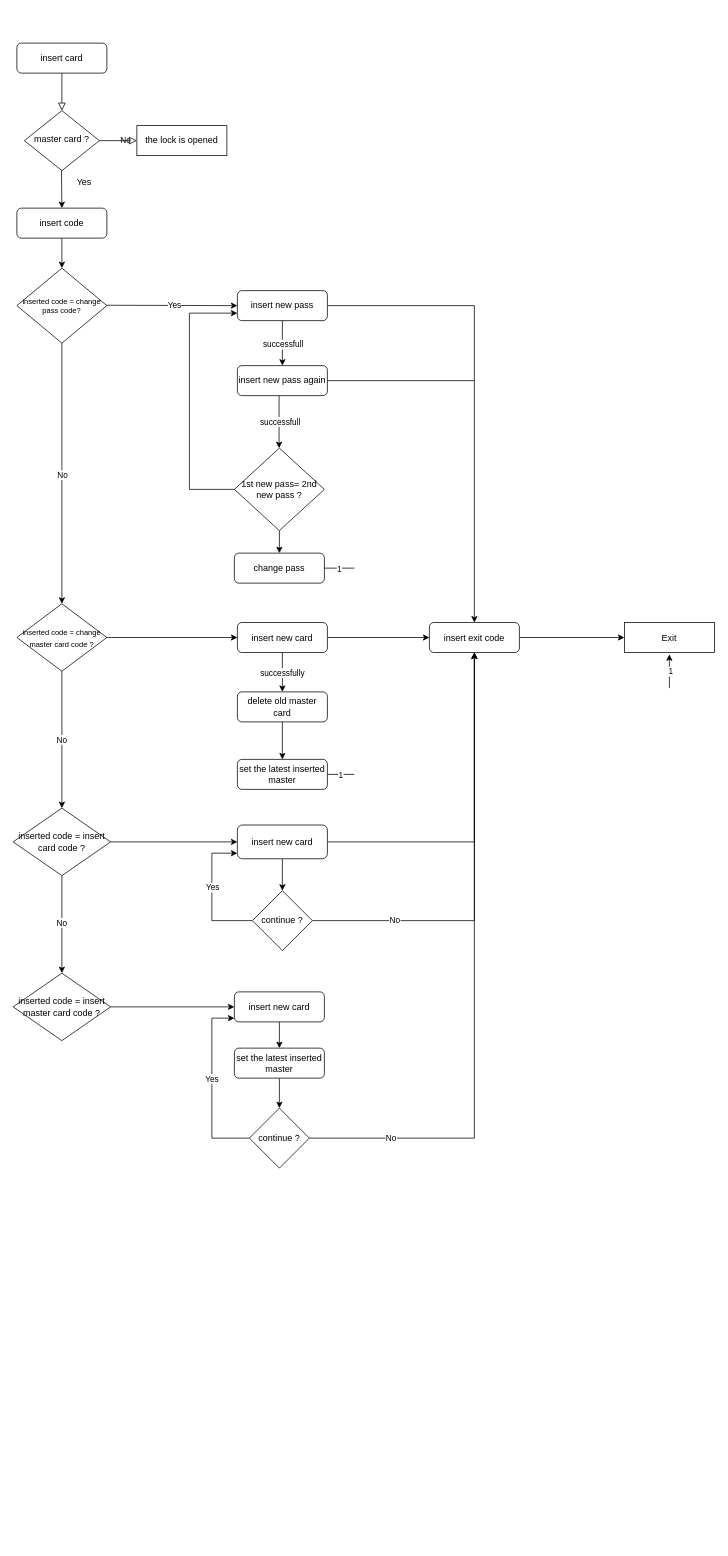
trikhonghu/DoorLock keeps this draw.io diagram as Untitled Diagram.drawio. Above is the earlier version. Source tidied: cells renumbered, new cells numbered last; positions are measured from the earlier drawing's top-left corner, leaving out a move shared by most shapes. Both pictures are drawn from the tidied source at 75%, with x=0, y=0 at pixel (13, 43).
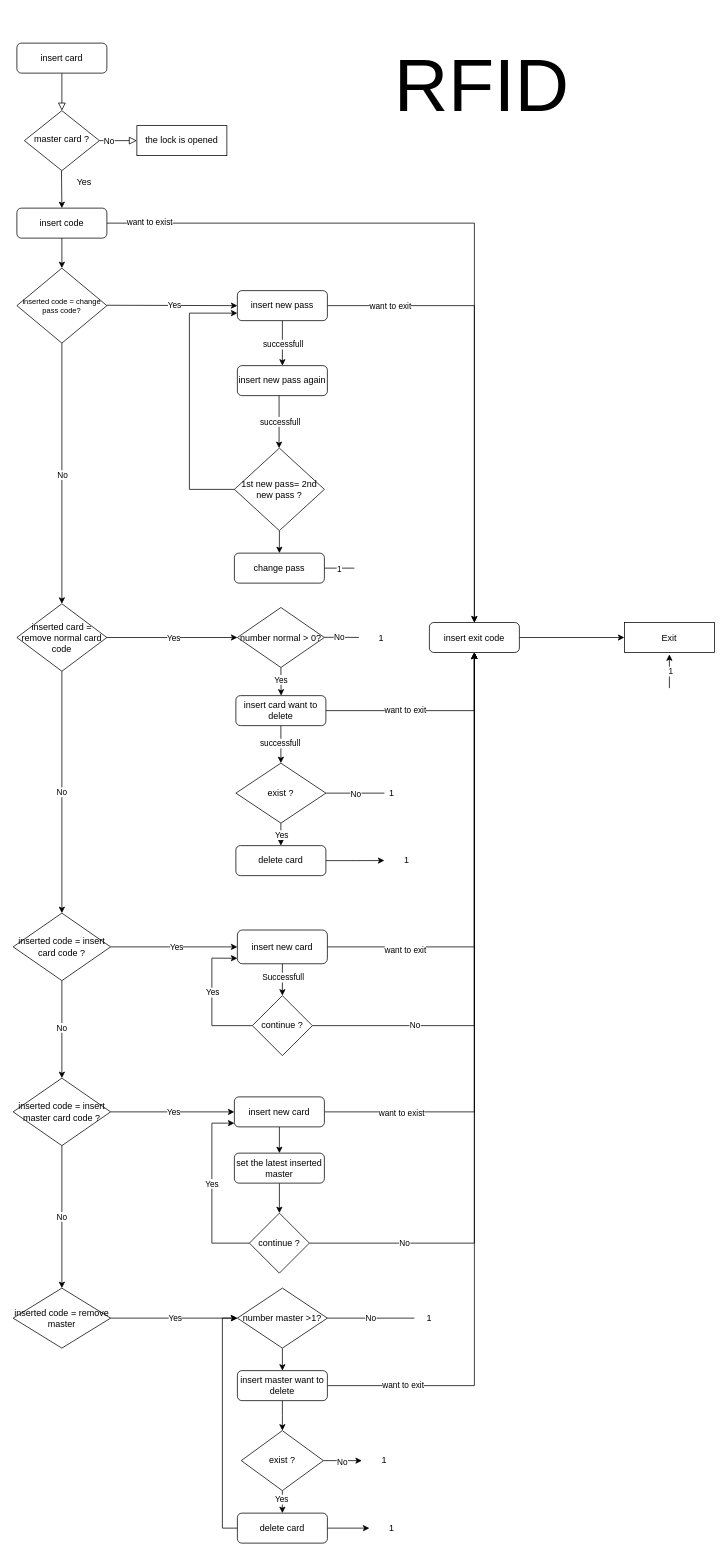
The same page after the edit.

Unchanged cells that the change refers to:
```xml
<mxCell id="5" value="master card ?" style="rhombus;whiteSpace=wrap;html=1;shadow=0;fontFamily=Helvetica;fontSize=12;align=center;strokeWidth=1;spacing=6;spacingTop=-4;" parent="1" vertex="1">
  <mxGeometry x="15" y="90" width="100" height="80" as="geometry" />
</mxCell>
<mxCell id="8" value="insert code" style="rounded=1;whiteSpace=wrap;html=1;" parent="1" vertex="1">
  <mxGeometry x="5" y="220" width="120" height="40" as="geometry" />
</mxCell>
<mxCell id="17" style="edgeStyle=orthogonalEdgeStyle;rounded=0;jettySize=auto;html=1;exitX=1;exitY=0.5;exitDx=0;exitDy=0;entryX=0.5;entryY=0;entryDx=0;entryDy=0;" parent="1" edge="1" source="18" target="54">
  <mxGeometry relative="1" as="geometry" />
</mxCell>
<mxCell id="38" style="edgeStyle=orthogonalEdgeStyle;rounded=0;jettySize=auto;html=1;exitX=1;exitY=0.5;exitDx=0;exitDy=0;entryX=0;entryY=0.5;entryDx=0;entryDy=0;" parent="1" edge="1" source="41" target="44">
  <mxGeometry relative="1" as="geometry" />
</mxCell>
<mxCell id="42" style="edgeStyle=orthogonalEdgeStyle;rounded=0;jettySize=auto;html=1;exitX=0.5;exitY=1;exitDx=0;exitDy=0;entryX=0.5;entryY=0;entryDx=0;entryDy=0;" parent="1" edge="1" source="44" target="47">
  <mxGeometry relative="1" as="geometry" />
</mxCell>
<mxCell id="43" style="edgeStyle=orthogonalEdgeStyle;rounded=0;jettySize=auto;html=1;exitX=1;exitY=0.5;exitDx=0;exitDy=0;entryX=0.5;entryY=1;entryDx=0;entryDy=0;" parent="1" edge="1" source="44" target="54">
  <mxGeometry relative="1" as="geometry" />
</mxCell>
<mxCell id="54" value="insert exit code" style="rounded=1;whiteSpace=wrap;html=1;" parent="1" vertex="1">
  <mxGeometry x="555" y="772.5" width="120" height="40" as="geometry" />
</mxCell>
<mxCell id="57" style="edgeStyle=orthogonalEdgeStyle;rounded=0;jettySize=auto;html=1;exitX=1;exitY=0.5;exitDx=0;exitDy=0;entryX=0;entryY=0.5;entryDx=0;entryDy=0;" parent="1" edge="1" source="58" target="60">
  <mxGeometry relative="1" as="geometry" />
</mxCell>
```

Change to the diagram source:
```diff
@@
-    <mxCell id="4" value="No" style="edgeStyle=orthogonalEdgeStyle;rounded=0;html=1;jettySize=auto;fontSize=11;endArrow=block;endFill=0;endSize=8;strokeWidth=1;shadow=0;labelBackgroundColor=none;" parent="1" edge="1" source="5">
+    <mxCell id="4" style="edgeStyle=orthogonalEdgeStyle;rounded=0;html=1;jettySize=auto;fontSize=11;endArrow=block;endFill=0;endSize=8;strokeWidth=1;shadow=0;labelBackgroundColor=none;" parent="1" edge="1" source="5">
       <mxGeometry y="10" relative="1" as="geometry">
         <mxPoint x="165" y="130" as="targetPoint" />
       </mxGeometry>
     </mxCell>
+    <mxCell id="77" value="No" style="edgeLabel;html=1;align=center;verticalAlign=middle;" parent="4" vertex="1">
+      <mxGeometry x="-0.51" relative="1" as="geometry" />
+    </mxCell>
@@
+    <mxCell id="78" style="edgeStyle=orthogonalEdgeStyle;rounded=0;jettySize=auto;html=1;exitX=1;exitY=0.5;exitDx=0;exitDy=0;entryX=0.5;entryY=0;entryDx=0;entryDy=0;" parent="1" edge="1" source="8" target="54">
+      <mxGeometry relative="1" as="geometry" />
+    </mxCell>
+    <mxCell id="79" value="want to exist" style="edgeLabel;html=1;align=center;verticalAlign=middle;" parent="78" vertex="1">
+      <mxGeometry x="-0.89" y="2" relative="1" as="geometry" />
+    </mxCell>
@@
+    <mxCell id="80" value="want to exit" style="edgeLabel;html=1;align=center;verticalAlign=middle;" parent="17" vertex="1">
+      <mxGeometry x="-0.73" relative="1" as="geometry" />
+    </mxCell>
@@
-    <mxCell id="24" value="&lt;font style=&quot;font-size: 10px;&quot;&gt;inserted code = change master card code ?&lt;br&gt;&lt;/font&gt;" style="rhombus;whiteSpace=wrap;html=1;" parent="1" vertex="1">
+    <mxCell id="24" value="inserted card = remove normal card code" style="rhombus;whiteSpace=wrap;html=1;" parent="1" vertex="1">
       <mxGeometry x="5" y="747.5" width="120" height="90" as="geometry" />
     </mxCell>
@@
-    <mxCell id="30" style="endArrow=classic;html=1;rounded=0;exitX=1;exitY=0.5;exitDx=0;exitDy=0;" parent="1" edge="1" source="24" target="34">
-      <mxGeometry relative="1" as="geometry" />
+    <mxCell id="30" style="endArrow=classic;html=1;rounded=0;exitX=1;exitY=0.5;exitDx=0;exitDy=0;" parent="1" edge="1" source="24">
+      <mxGeometry relative="1" as="geometry">
+        <mxPoint x="299" y="792.5" as="targetPoint" />
+      </mxGeometry>
     </mxCell>
-    <mxCell id="31" style="edgeStyle=orthogonalEdgeStyle;rounded=0;jettySize=auto;html=1;exitX=0.5;exitY=1;exitDx=0;exitDy=0;entryX=0.5;entryY=0;entryDx=0;entryDy=0;" parent="1" edge="1" source="34" target="36">
-      <mxGeometry relative="1" as="geometry" />
-    </mxCell>
-    <mxCell id="32" value="successfully" style="edgeLabel;html=1;align=center;verticalAlign=middle;" parent="31" vertex="1">
-      <mxGeometry x="0.01" y="-1" relative="1" as="geometry" />
-    </mxCell>
-    <mxCell id="33" style="edgeStyle=orthogonalEdgeStyle;rounded=0;jettySize=auto;html=1;exitX=1;exitY=0.5;exitDx=0;exitDy=0;entryX=0;entryY=0.5;entryDx=0;entryDy=0;" parent="1" edge="1" source="34" target="54">
-      <mxGeometry relative="1" as="geometry" />
-    </mxCell>
-    <mxCell id="34" value="insert new card" style="rounded=1;whiteSpace=wrap;html=1;" parent="1" vertex="1">
-      <mxGeometry x="299" y="772.5" width="120" height="40" as="geometry" />
-    </mxCell>
-    <mxCell id="35" style="edgeStyle=orthogonalEdgeStyle;rounded=0;jettySize=auto;html=1;exitX=0.5;exitY=1;exitDx=0;exitDy=0;entryX=0.5;entryY=0;entryDx=0;entryDy=0;" parent="1" edge="1" source="36" target="37">
-      <mxGeometry relative="1" as="geometry" />
-    </mxCell>
-    <mxCell id="36" value="delete old master card" style="rounded=1;whiteSpace=wrap;html=1;" parent="1" vertex="1">
-      <mxGeometry x="299" y="865" width="120" height="40" as="geometry" />
-    </mxCell>
-    <mxCell id="37" value="set the latest inserted master" style="rounded=1;whiteSpace=wrap;html=1;" parent="1" vertex="1">
-      <mxGeometry x="299" y="955" width="120" height="40" as="geometry" />
-    </mxCell>
+    <mxCell id="81" value="Yes" style="edgeLabel;html=1;align=center;verticalAlign=middle;" parent="30" vertex="1">
+      <mxGeometry x="0.01" y="-1" relative="1" as="geometry">
+        <mxPoint y="-1" as="offset" />
+      </mxGeometry>
+    </mxCell>
@@
+    <mxCell id="82" value="Yes" style="edgeLabel;html=1;align=center;verticalAlign=middle;" parent="38" vertex="1">
+      <mxGeometry x="0.03" y="1" relative="1" as="geometry" />
+    </mxCell>
@@
     <mxCell id="41" value="inserted code = insert card code ?" style="rhombus;whiteSpace=wrap;html=1;" parent="1" vertex="1">
-      <mxGeometry y="1020" width="130" height="90" as="geometry" />
+      <mxGeometry y="1160" width="130" height="90" as="geometry" />
     </mxCell>
@@
+    <mxCell id="83" value="Successfull" style="edgeLabel;html=1;align=center;verticalAlign=middle;" parent="42" vertex="1">
+      <mxGeometry x="-0.16" relative="1" as="geometry" />
+    </mxCell>
@@
+    <mxCell id="84" value="want to exit" style="edgeLabel;html=1;align=center;verticalAlign=middle;" parent="43" vertex="1">
+      <mxGeometry x="-0.65" y="-3" relative="1" as="geometry" />
+    </mxCell>
     <mxCell id="44" value="insert new card" style="rounded=1;whiteSpace=wrap;html=1;" parent="1" vertex="1">
-      <mxGeometry x="299" y="1042.5" width="120" height="45" as="geometry" />
+      <mxGeometry x="299" y="1182.5" width="120" height="45" as="geometry" />
     </mxCell>
@@
     <mxCell id="47" value="continue ?" style="rhombus;whiteSpace=wrap;html=1;" parent="1" vertex="1">
-      <mxGeometry x="319" y="1130" width="80" height="80" as="geometry" />
+      <mxGeometry x="319" y="1270" width="80" height="80" as="geometry" />
     </mxCell>
     <mxCell id="48" style="endArrow=none;html=1;rounded=0;entryX=0;entryY=0.5;entryDx=0;entryDy=0;" parent="1" edge="1" target="47">
       <mxGeometry relative="1" as="geometry">
-        <mxPoint x="265" y="1170" as="sourcePoint" />
+        <mxPoint x="265" y="1310" as="sourcePoint" />
       </mxGeometry>
     </mxCell>
     <mxCell id="49" style="endArrow=none;html=1;rounded=0;" parent="1" edge="1">
       <mxGeometry relative="1" as="geometry">
-        <mxPoint x="265" y="1170" as="sourcePoint" />
-        <mxPoint x="265" y="1080" as="targetPoint" />
+        <mxPoint x="265" y="1310" as="sourcePoint" />
+        <mxPoint x="265" y="1220" as="targetPoint" />
       </mxGeometry>
     </mxCell>
@@
     <mxCell id="51" style="endArrow=classic;html=1;rounded=0;entryX=0;entryY=0.75;entryDx=0;entryDy=0;" parent="1" edge="1">
       <mxGeometry relative="1" as="geometry">
-        <mxPoint x="265" y="1080" as="sourcePoint" />
-        <mxPoint x="299" y="1080.2" as="targetPoint" />
+        <mxPoint x="265" y="1220" as="sourcePoint" />
+        <mxPoint x="299" y="1220.2" as="targetPoint" />
       </mxGeometry>
     </mxCell>
@@
-    <mxCell id="56" style="endArrow=none;html=1;rounded=0;" parent="1" edge="1">
-      <mxGeometry relative="1" as="geometry">
-        <mxPoint x="419" y="450" as="sourcePoint" />
-        <mxPoint x="615" y="450" as="targetPoint" />
-      </mxGeometry>
-    </mxCell>
@@
+    <mxCell id="85" value="Yes" style="edgeLabel;html=1;align=center;verticalAlign=middle;" parent="57" vertex="1">
+      <mxGeometry relative="1" as="geometry" />
+    </mxCell>
+    <mxCell id="86" style="edgeStyle=orthogonalEdgeStyle;rounded=0;jettySize=auto;html=1;exitX=0.5;exitY=1;exitDx=0;exitDy=0;entryX=0.5;entryY=0;entryDx=0;entryDy=0;" parent="1" edge="1" source="58" target="92">
+      <mxGeometry relative="1" as="geometry" />
+    </mxCell>
+    <mxCell id="87" value="No" style="edgeLabel;html=1;align=center;verticalAlign=middle;" parent="86" vertex="1">
+      <mxGeometry x="-0.01" y="-1" relative="1" as="geometry" />
+    </mxCell>
     <mxCell id="58" value="inserted code = insert master card code ?" style="rhombus;whiteSpace=wrap;html=1;" parent="1" vertex="1">
-      <mxGeometry y="1240" width="130" height="90" as="geometry" />
+      <mxGeometry y="1380" width="130" height="90" as="geometry" />
     </mxCell>
@@
+    <mxCell id="88" style="edgeStyle=orthogonalEdgeStyle;rounded=0;jettySize=auto;html=1;exitX=1;exitY=0.5;exitDx=0;exitDy=0;entryX=0.5;entryY=1;entryDx=0;entryDy=0;" parent="1" edge="1" source="60" target="54">
+      <mxGeometry relative="1" as="geometry" />
+    </mxCell>
+    <mxCell id="89" value="want to exist" style="edgeLabel;html=1;align=center;verticalAlign=middle;" parent="88" vertex="1">
+      <mxGeometry x="-0.75" y="-1" relative="1" as="geometry" />
+    </mxCell>
     <mxCell id="60" value="insert new card" style="rounded=1;whiteSpace=wrap;html=1;" parent="1" vertex="1">
-      <mxGeometry x="295" y="1265" width="120" height="40" as="geometry" />
+      <mxGeometry x="295" y="1405" width="120" height="40" as="geometry" />
     </mxCell>
@@
     <mxCell id="62" value="set the latest inserted master" style="rounded=1;whiteSpace=wrap;html=1;" parent="1" vertex="1">
-      <mxGeometry x="295" y="1340" width="120" height="40" as="geometry" />
+      <mxGeometry x="295" y="1480" width="120" height="40" as="geometry" />
     </mxCell>
@@
     <mxCell id="65" value="continue ?" style="rhombus;whiteSpace=wrap;html=1;" parent="1" vertex="1">
-      <mxGeometry x="315" y="1420" width="80" height="80" as="geometry" />
+      <mxGeometry x="315" y="1560" width="80" height="80" as="geometry" />
     </mxCell>
     <mxCell id="66" style="endArrow=none;html=1;rounded=0;" parent="1" edge="1">
       <mxGeometry relative="1" as="geometry">
-        <mxPoint x="265" y="1460" as="sourcePoint" />
-        <mxPoint x="315" y="1460" as="targetPoint" />
+        <mxPoint x="265" y="1600" as="sourcePoint" />
+        <mxPoint x="315" y="1600" as="targetPoint" />
       </mxGeometry>
     </mxCell>
     <mxCell id="67" style="endArrow=none;html=1;rounded=0;" parent="1" edge="1">
       <mxGeometry relative="1" as="geometry">
-        <mxPoint x="265" y="1460" as="sourcePoint" />
-        <mxPoint x="265" y="1300" as="targetPoint" />
+        <mxPoint x="265" y="1600" as="sourcePoint" />
+        <mxPoint x="265" y="1440" as="targetPoint" />
       </mxGeometry>
     </mxCell>
@@
     <mxCell id="69" style="endArrow=classic;html=1;rounded=0;" parent="1" edge="1">
       <mxGeometry relative="1" as="geometry">
-        <mxPoint x="265" y="1300" as="sourcePoint" />
-        <mxPoint x="295" y="1300" as="targetPoint" />
+        <mxPoint x="265" y="1440" as="sourcePoint" />
+        <mxPoint x="295" y="1440" as="targetPoint" />
       </mxGeometry>
     </mxCell>
@@
-    <mxCell id="73" style="endArrow=none;html=1;rounded=0;exitX=1;exitY=0.5;exitDx=0;exitDy=0;" parent="1" edge="1" source="37">
-      <mxGeometry relative="1" as="geometry">
-        <mxPoint x="455" y="975" as="targetPoint" />
-      </mxGeometry>
-    </mxCell>
-    <mxCell id="74" value="1" style="edgeLabel;html=1;align=center;verticalAlign=middle;" parent="73" vertex="1">
-      <mxGeometry x="-0.07" relative="1" as="geometry" />
-    </mxCell>
@@
+    <mxCell id="90" style="edgeStyle=orthogonalEdgeStyle;rounded=0;jettySize=auto;html=1;exitX=1;exitY=0.5;exitDx=0;exitDy=0;entryX=0;entryY=0.5;entryDx=0;entryDy=0;" parent="1" edge="1" source="92" target="94">
+      <mxGeometry relative="1" as="geometry" />
+    </mxCell>
+    <mxCell id="91" value="Yes" style="edgeLabel;html=1;align=center;verticalAlign=middle;" parent="90" vertex="1">
+      <mxGeometry y="1" relative="1" as="geometry" />
+    </mxCell>
+    <mxCell id="92" value="inserted code = remove master" style="rhombus;whiteSpace=wrap;html=1;" parent="1" vertex="1">
+      <mxGeometry y="1660" width="130" height="80" as="geometry" />
+    </mxCell>
+    <mxCell id="93" style="edgeStyle=orthogonalEdgeStyle;rounded=0;jettySize=auto;html=1;exitX=0.5;exitY=1;exitDx=0;exitDy=0;entryX=0.5;entryY=0;entryDx=0;entryDy=0;" parent="1" edge="1" source="94" target="101">
+      <mxGeometry relative="1" as="geometry" />
+    </mxCell>
+    <mxCell id="94" value="number master &amp;gt;1?" style="rhombus;whiteSpace=wrap;html=1;points=[[0,0,0,0,0],[0,0.5,0,0,0],[0,1,0,0,0],[0.5,0,0,0,0],[0.5,1,0,0,0],[1,0,0,0,0],[1,0.5,0,0,0],[1,1,0,0,0]];" parent="1" vertex="1">
+      <mxGeometry x="299" y="1660" width="120" height="80" as="geometry" />
+    </mxCell>
+    <mxCell id="95" style="endArrow=none;html=1;rounded=0;" parent="1" edge="1">
+      <mxGeometry relative="1" as="geometry">
+        <mxPoint x="419" y="1700" as="sourcePoint" />
+        <mxPoint x="535" y="1700" as="targetPoint" />
+      </mxGeometry>
+    </mxCell>
+    <mxCell id="96" value="No" style="edgeLabel;html=1;align=center;verticalAlign=middle;" parent="95" vertex="1">
+      <mxGeometry x="-0.02" y="1" relative="1" as="geometry" />
+    </mxCell>
+    <mxCell id="97" value="&lt;div&gt;1&lt;/div&gt;" style="text;html=1;strokeColor=none;fillColor=none;align=center;verticalAlign=middle;whiteSpace=wrap;rounded=0;" parent="1" vertex="1">
+      <mxGeometry x="525" y="1685" width="60" height="30" as="geometry" />
+    </mxCell>
+    <mxCell id="98" style="edgeStyle=orthogonalEdgeStyle;rounded=0;jettySize=auto;html=1;exitX=0.5;exitY=1;exitDx=0;exitDy=0;" parent="1" edge="1" source="101">
+      <mxGeometry relative="1" as="geometry">
+        <mxPoint x="359" y="1850" as="targetPoint" />
+      </mxGeometry>
+    </mxCell>
+    <mxCell id="99" style="edgeStyle=orthogonalEdgeStyle;rounded=0;jettySize=auto;html=1;exitX=1;exitY=0.5;exitDx=0;exitDy=0;entryX=0.5;entryY=1;entryDx=0;entryDy=0;" parent="1" edge="1" source="101" target="54">
+      <mxGeometry relative="1" as="geometry" />
+    </mxCell>
+    <mxCell id="100" value="want to exit" style="edgeLabel;html=1;align=center;verticalAlign=middle;" parent="99" vertex="1">
+      <mxGeometry x="-0.83" y="2" relative="1" as="geometry" />
+    </mxCell>
+    <mxCell id="101" value="insert master want to delete" style="rounded=1;whiteSpace=wrap;html=1;" parent="1" vertex="1">
+      <mxGeometry x="299" y="1770" width="120" height="40" as="geometry" />
+    </mxCell>
+    <mxCell id="102" value="&lt;font style=&quot;font-size: 100px;&quot;&gt;RFID&lt;/font&gt;" style="text;html=1;strokeColor=none;fillColor=none;align=center;verticalAlign=middle;whiteSpace=wrap;rounded=0;" parent="1" vertex="1">
+      <mxGeometry x="445" y="-40" width="360" height="190" as="geometry" />
+    </mxCell>
+    <mxCell id="103" style="edgeStyle=orthogonalEdgeStyle;rounded=0;jettySize=auto;html=1;exitX=0.5;exitY=1;exitDx=0;exitDy=0;" parent="1" edge="1" source="105">
+      <mxGeometry relative="1" as="geometry">
+        <mxPoint x="357.3" y="870" as="targetPoint" />
+      </mxGeometry>
+    </mxCell>
+    <mxCell id="104" value="Yes" style="edgeLabel;html=1;align=center;verticalAlign=middle;" parent="103" vertex="1">
+      <mxGeometry x="-0.14" y="-1" relative="1" as="geometry" />
+    </mxCell>
+    <mxCell id="105" value="number normal &amp;gt; 0?" style="rhombus;whiteSpace=wrap;html=1;" parent="1" vertex="1">
+      <mxGeometry x="299" y="752.5" width="116" height="80" as="geometry" />
+    </mxCell>
+    <mxCell id="106" style="edgeStyle=orthogonalEdgeStyle;rounded=0;jettySize=auto;html=1;exitX=0.5;exitY=1;exitDx=0;exitDy=0;entryX=0.5;entryY=0;entryDx=0;entryDy=0;" parent="1" edge="1" source="110" target="113">
+      <mxGeometry relative="1" as="geometry" />
+    </mxCell>
+    <mxCell id="107" value="successfull" style="edgeLabel;html=1;align=center;verticalAlign=middle;" parent="106" vertex="1">
+      <mxGeometry x="-0.1" y="-2" relative="1" as="geometry" />
+    </mxCell>
+    <mxCell id="108" style="edgeStyle=orthogonalEdgeStyle;rounded=0;jettySize=auto;html=1;exitX=1;exitY=0.5;exitDx=0;exitDy=0;entryX=0.5;entryY=1;entryDx=0;entryDy=0;" parent="1" edge="1" source="110" target="54">
+      <mxGeometry relative="1" as="geometry" />
+    </mxCell>
+    <mxCell id="109" value="want to exit" style="edgeLabel;html=1;align=center;verticalAlign=middle;" parent="108" vertex="1">
+      <mxGeometry x="-0.24" y="2" relative="1" as="geometry" />
+    </mxCell>
+    <mxCell id="110" value="insert card want to delete" style="rounded=1;whiteSpace=wrap;html=1;" parent="1" vertex="1">
+      <mxGeometry x="297" y="870" width="120" height="40" as="geometry" />
+    </mxCell>
+    <mxCell id="111" style="edgeStyle=orthogonalEdgeStyle;rounded=0;jettySize=auto;html=1;exitX=0.5;exitY=1;exitDx=0;exitDy=0;entryX=0.5;entryY=0;entryDx=0;entryDy=0;" parent="1" edge="1" source="113" target="115">
+      <mxGeometry relative="1" as="geometry" />
+    </mxCell>
+    <mxCell id="112" value="Yes" style="edgeLabel;html=1;align=center;verticalAlign=middle;" parent="111" vertex="1">
+      <mxGeometry relative="1" as="geometry" />
+    </mxCell>
+    <mxCell id="113" value="exist ?" style="rhombus;whiteSpace=wrap;html=1;" parent="1" vertex="1">
+      <mxGeometry x="297" y="960" width="120" height="80" as="geometry" />
+    </mxCell>
+    <mxCell id="114" style="edgeStyle=orthogonalEdgeStyle;rounded=0;jettySize=auto;html=1;exitX=1;exitY=0.5;exitDx=0;exitDy=0;" parent="1" edge="1" source="115">
+      <mxGeometry relative="1" as="geometry">
+        <mxPoint x="495" y="1089.9" as="targetPoint" />
+      </mxGeometry>
+    </mxCell>
+    <mxCell id="115" value="delete card" style="rounded=1;whiteSpace=wrap;html=1;" parent="1" vertex="1">
+      <mxGeometry x="297" y="1070" width="120" height="40" as="geometry" />
+    </mxCell>
+    <mxCell id="116" style="endArrow=none;html=1;rounded=0;" parent="1" edge="1">
+      <mxGeometry relative="1" as="geometry">
+        <mxPoint x="417" y="1000" as="sourcePoint" />
+        <mxPoint x="495" y="1000" as="targetPoint" />
+      </mxGeometry>
+    </mxCell>
+    <mxCell id="117" value="No" style="edgeLabel;html=1;align=center;verticalAlign=middle;" parent="116" vertex="1">
+      <mxGeometry x="-0.01" relative="1" as="geometry" />
+    </mxCell>
+    <mxCell id="118" value="&lt;div&gt;1&lt;/div&gt;" style="text;html=1;strokeColor=none;fillColor=none;align=center;verticalAlign=middle;whiteSpace=wrap;rounded=0;" parent="1" vertex="1">
+      <mxGeometry x="475" y="985" width="60" height="30" as="geometry" />
+    </mxCell>
+    <mxCell id="119" style="endArrow=none;html=1;rounded=0;" parent="1" edge="1" target="121">
+      <mxGeometry relative="1" as="geometry">
+        <mxPoint x="415" y="792.2" as="sourcePoint" />
+      </mxGeometry>
+    </mxCell>
+    <mxCell id="120" value="&lt;div&gt;No&lt;/div&gt;" style="edgeLabel;html=1;align=center;verticalAlign=middle;" parent="119" vertex="1">
+      <mxGeometry x="-0.16" y="1" relative="1" as="geometry" />
+    </mxCell>
+    <mxCell id="121" value="&lt;div&gt;1&lt;/div&gt;" style="text;html=1;strokeColor=none;fillColor=none;align=center;verticalAlign=middle;whiteSpace=wrap;rounded=0;" parent="1" vertex="1">
+      <mxGeometry x="461" y="777.5" width="60" height="30" as="geometry" />
+    </mxCell>
+    <mxCell id="122" value="1" style="text;html=1;strokeColor=none;fillColor=none;align=center;verticalAlign=middle;whiteSpace=wrap;rounded=0;" parent="1" vertex="1">
+      <mxGeometry x="495" y="1075" width="60" height="30" as="geometry" />
+    </mxCell>
+    <mxCell id="123" style="edgeStyle=orthogonalEdgeStyle;rounded=0;jettySize=auto;html=1;exitX=0.5;exitY=1;exitDx=0;exitDy=0;entryX=0.5;entryY=0;entryDx=0;entryDy=0;" parent="1" edge="1" source="127" target="129">
+      <mxGeometry relative="1" as="geometry" />
+    </mxCell>
+    <mxCell id="124" value="&lt;div&gt;Yes&lt;/div&gt;" style="edgeLabel;html=1;align=center;verticalAlign=middle;" parent="123" vertex="1">
+      <mxGeometry x="-0.24" y="-1" relative="1" as="geometry" />
+    </mxCell>
+    <mxCell id="125" style="edgeStyle=orthogonalEdgeStyle;rounded=0;jettySize=auto;html=1;exitX=1;exitY=0.5;exitDx=0;exitDy=0;entryX=0;entryY=0.5;entryDx=0;entryDy=0;" parent="1" edge="1" source="127" target="130">
+      <mxGeometry relative="1" as="geometry" />
+    </mxCell>
+    <mxCell id="126" value="No" style="edgeLabel;html=1;align=center;verticalAlign=middle;" parent="125" vertex="1">
+      <mxGeometry x="-0.04" y="-1" relative="1" as="geometry" />
+    </mxCell>
+    <mxCell id="127" value="exist ?" style="rhombus;whiteSpace=wrap;html=1;" parent="1" vertex="1">
+      <mxGeometry x="304.2" y="1850" width="109.5" height="80" as="geometry" />
+    </mxCell>
+    <mxCell id="128" style="edgeStyle=orthogonalEdgeStyle;rounded=0;jettySize=auto;html=1;exitX=1;exitY=0.5;exitDx=0;exitDy=0;entryX=0;entryY=0.5;entryDx=0;entryDy=0;" parent="1" edge="1" source="129" target="132">
+      <mxGeometry relative="1" as="geometry" />
+    </mxCell>
+    <mxCell id="129" value="delete card" style="rounded=1;whiteSpace=wrap;html=1;" parent="1" vertex="1">
+      <mxGeometry x="299" y="1960" width="120" height="40" as="geometry" />
+    </mxCell>
+    <mxCell id="130" value="1" style="text;html=1;strokeColor=none;fillColor=none;align=center;verticalAlign=middle;whiteSpace=wrap;rounded=0;" parent="1" vertex="1">
+      <mxGeometry x="465" y="1875" width="60" height="30" as="geometry" />
+    </mxCell>
+    <mxCell id="131" style="edgeStyle=orthogonalEdgeStyle;rounded=0;jettySize=auto;html=1;exitX=0;exitY=0.5;exitDx=0;exitDy=0;entryX=0;entryY=0.5;entryDx=0;entryDy=0;entryPerimeter=0;" parent="1" edge="1" source="129" target="94">
+      <mxGeometry relative="1" as="geometry" />
+    </mxCell>
+    <mxCell id="132" value="1" style="text;html=1;strokeColor=none;fillColor=none;align=center;verticalAlign=middle;whiteSpace=wrap;rounded=0;" parent="1" vertex="1">
+      <mxGeometry x="475" y="1965" width="60" height="30" as="geometry" />
+    </mxCell>
```
